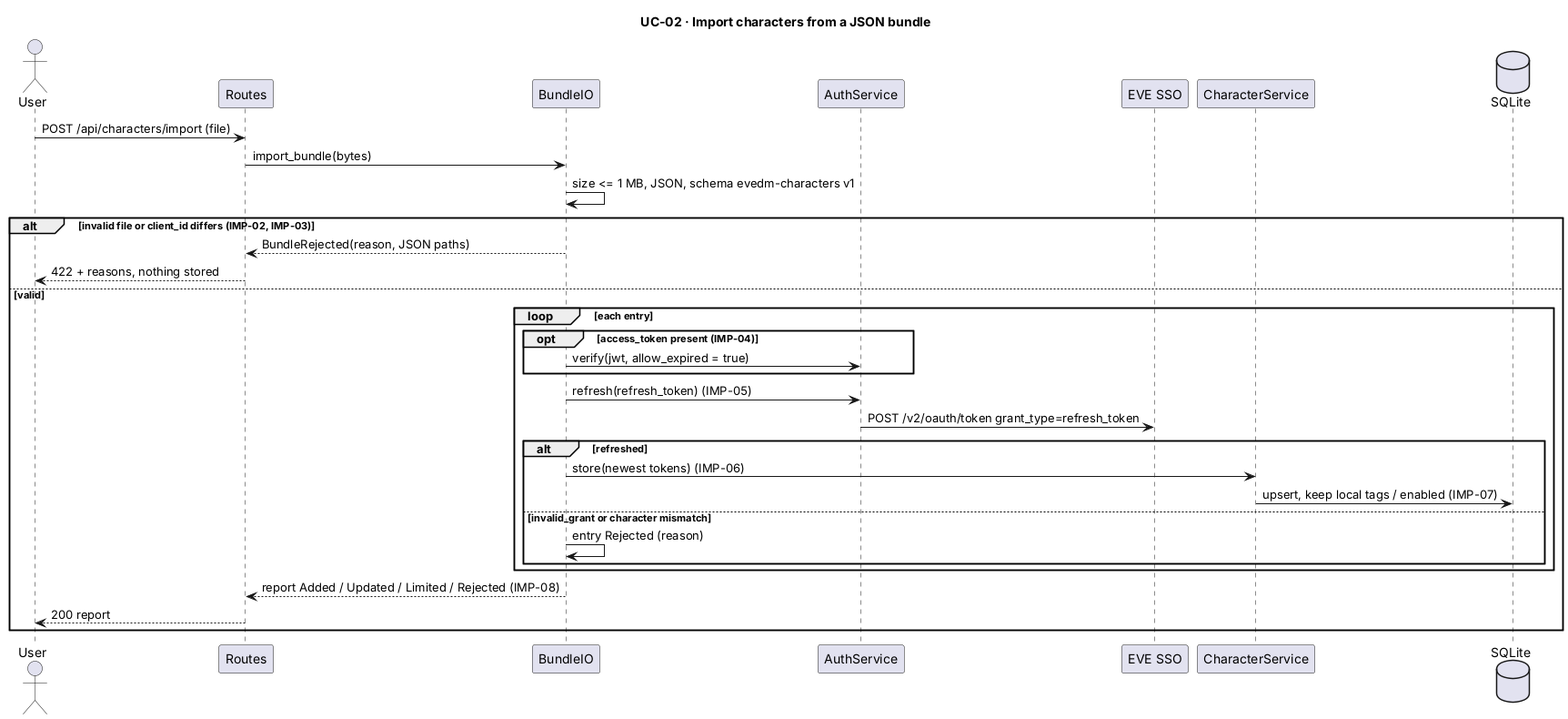
Above: docs/diagrams/seq-import-bundle.png in Headruner/war-bot-2 (PlantUML), before the change.
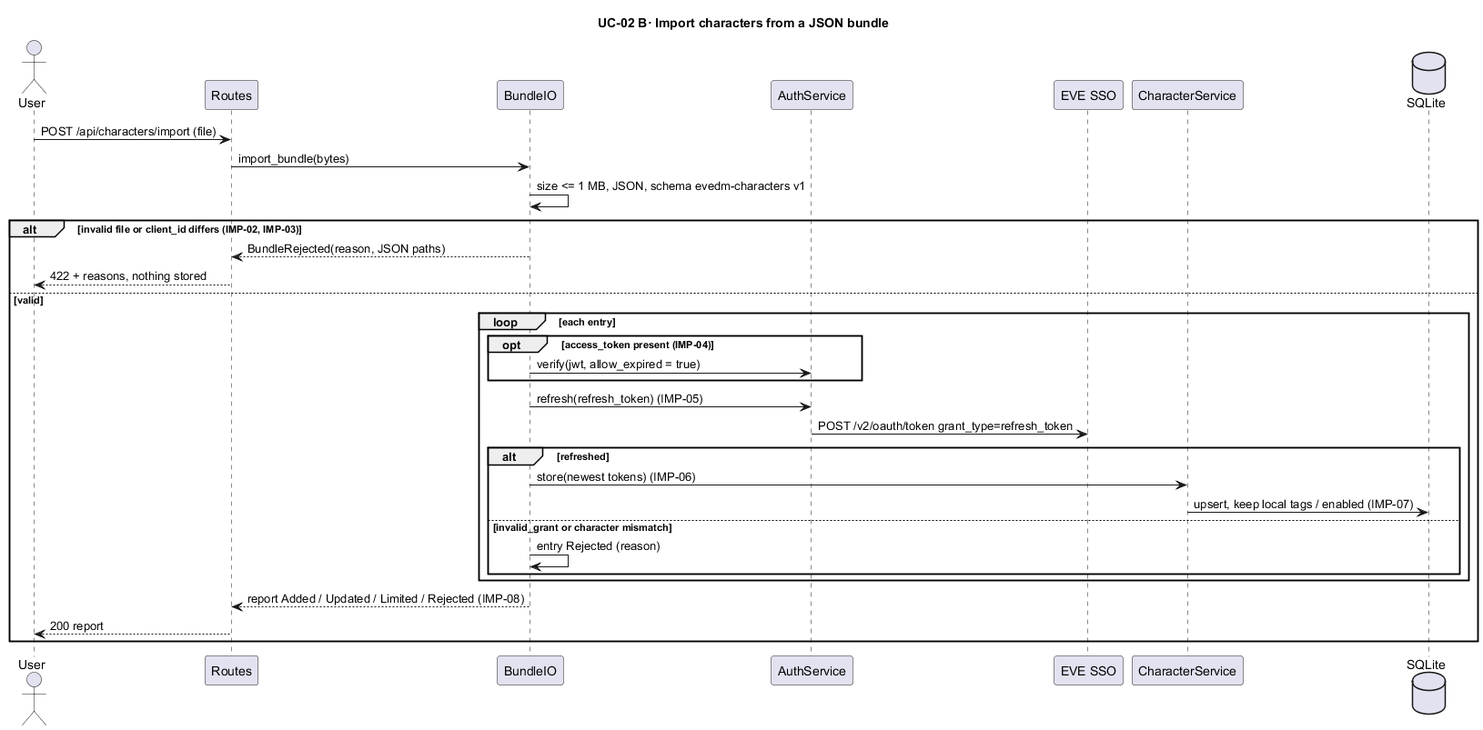
The same diagram one commit later.

Diff of the diagram source:
```diff
@@ -1,5 +1,6 @@
 @startuml seq-import-bundle
-title UC-02 · Import characters from a JSON bundle
+!pragma layout smetana
+title UC-02 В· Import characters from a JSON bundle
 skinparam shadowing false
 actor User
 participant "Routes" as R
```
